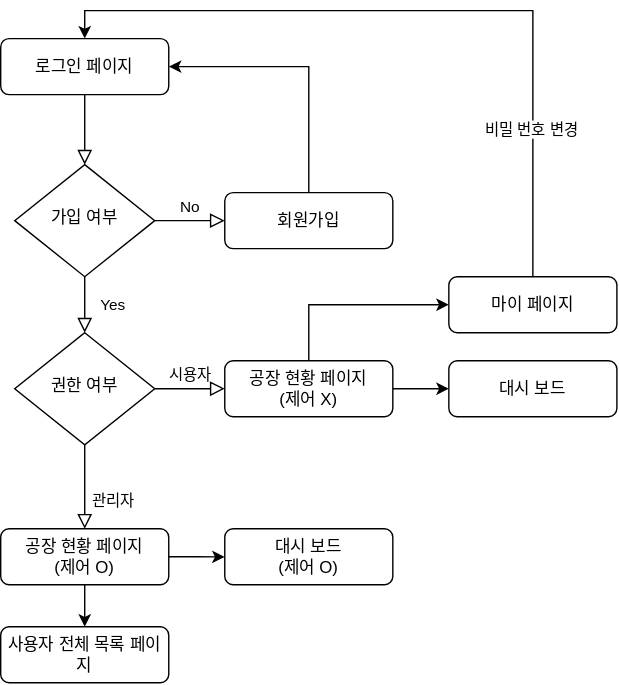
This is FlowChart.drawio.svg from KCLH/kclh_client, a draw.io export, as it was before one commit. Source tidied: cells renumbered, new cells last; positions are measured from the earlier drawing's top-left corner, leaving out a move shared by most shapes.
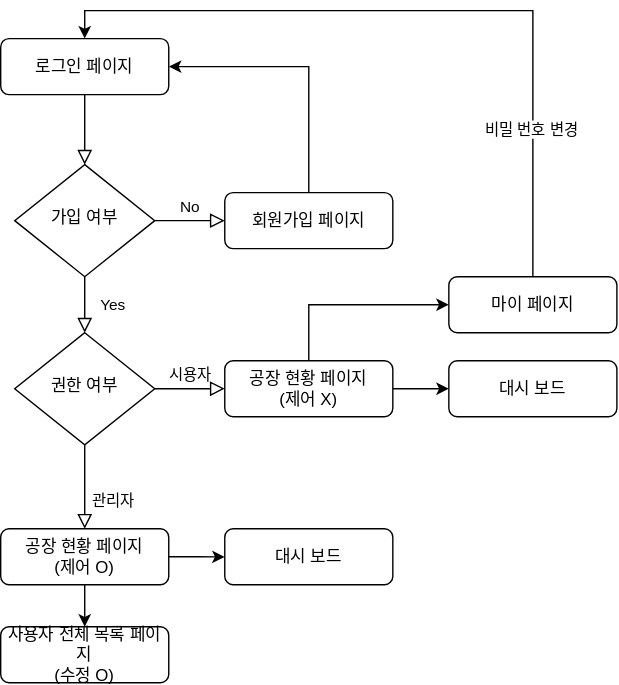
After the change.

What changed in the source:
```diff
@@ -24,7 +24,7 @@
         </Array>
       </mxGeometry>
     </mxCell>
-    <mxCell id="8" value="회원가입" style="rounded=1;whiteSpace=wrap;html=1;fontSize=12;glass=0;strokeWidth=1;shadow=0;" parent="1" vertex="1">
+    <mxCell id="8" value="회원가입 페이지" style="rounded=1;whiteSpace=wrap;html=1;fontSize=12;glass=0;strokeWidth=1;shadow=0;" parent="1" vertex="1">
       <mxGeometry x="160" y="110" width="120" height="40" as="geometry" />
     </mxCell>
     <mxCell id="9" value="관리자" style="rounded=0;html=1;jettySize=auto;fontSize=11;endArrow=block;endFill=0;endSize=8;strokeWidth=1;shadow=0;labelBackgroundColor=none;edgeStyle=orthogonalEdgeStyle;" parent="1" edge="1" source="11" target="14">
@@ -70,10 +70,10 @@
     <mxCell id="21" value="대시 보드" style="rounded=1;whiteSpace=wrap;html=1;fontSize=12;glass=0;strokeWidth=1;shadow=0;" parent="1" vertex="1">
       <mxGeometry x="320" y="230" width="120" height="40" as="geometry" />
     </mxCell>
-    <mxCell id="22" value="대시 보드&lt;br style=&quot;border-color: var(--border-color);&quot;&gt;(제어 O)" style="rounded=1;whiteSpace=wrap;html=1;fontSize=12;glass=0;strokeWidth=1;shadow=0;" parent="1" vertex="1">
+    <mxCell id="22" value="대시 보드" style="rounded=1;whiteSpace=wrap;html=1;fontSize=12;glass=0;strokeWidth=1;shadow=0;" parent="1" vertex="1">
       <mxGeometry x="160" y="350" width="120" height="40" as="geometry" />
     </mxCell>
-    <mxCell id="23" value="사용자 전체 목록 페이지" style="rounded=1;whiteSpace=wrap;html=1;fontSize=12;glass=0;strokeWidth=1;shadow=0;" parent="1" vertex="1">
+    <mxCell id="23" value="사용자 전체 목록 페이지&lt;br&gt;(수정 O)" style="rounded=1;whiteSpace=wrap;html=1;fontSize=12;glass=0;strokeWidth=1;shadow=0;" parent="1" vertex="1">
       <mxGeometry y="420" width="120" height="40" as="geometry" />
     </mxCell>
   </root>
```
